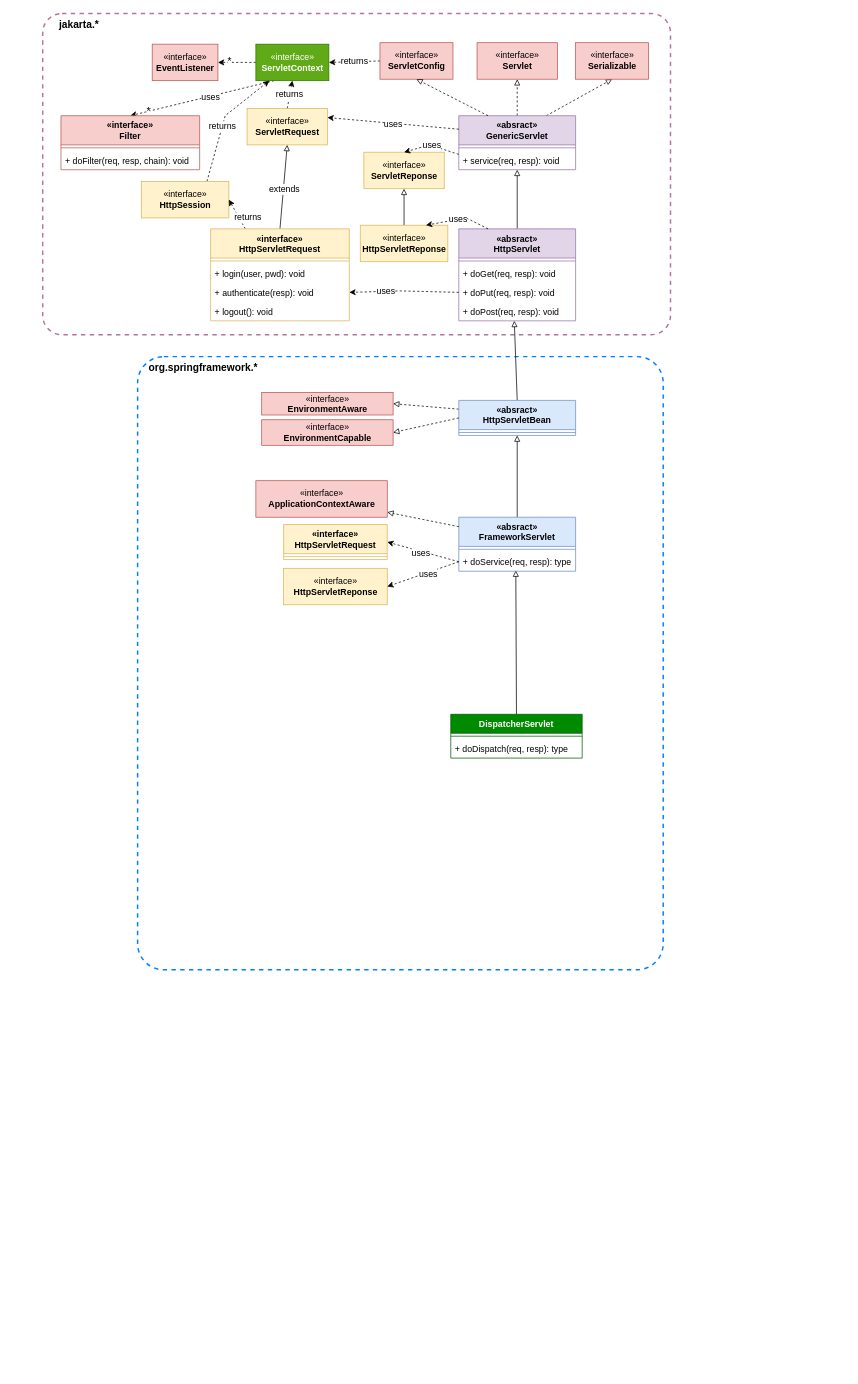
This is study-me/DispatcherServlet.drawio from enimiste/spring-framework, a draw.io file, before an edit. Source tidied: cells renumbered, new cells numbered last; positions are measured from the earlier drawing's top-left corner, leaving out a move shared by most shapes. Both pictures are drawn from the tidied source at 73%, with x=0, y=0 at pixel (42, 13).
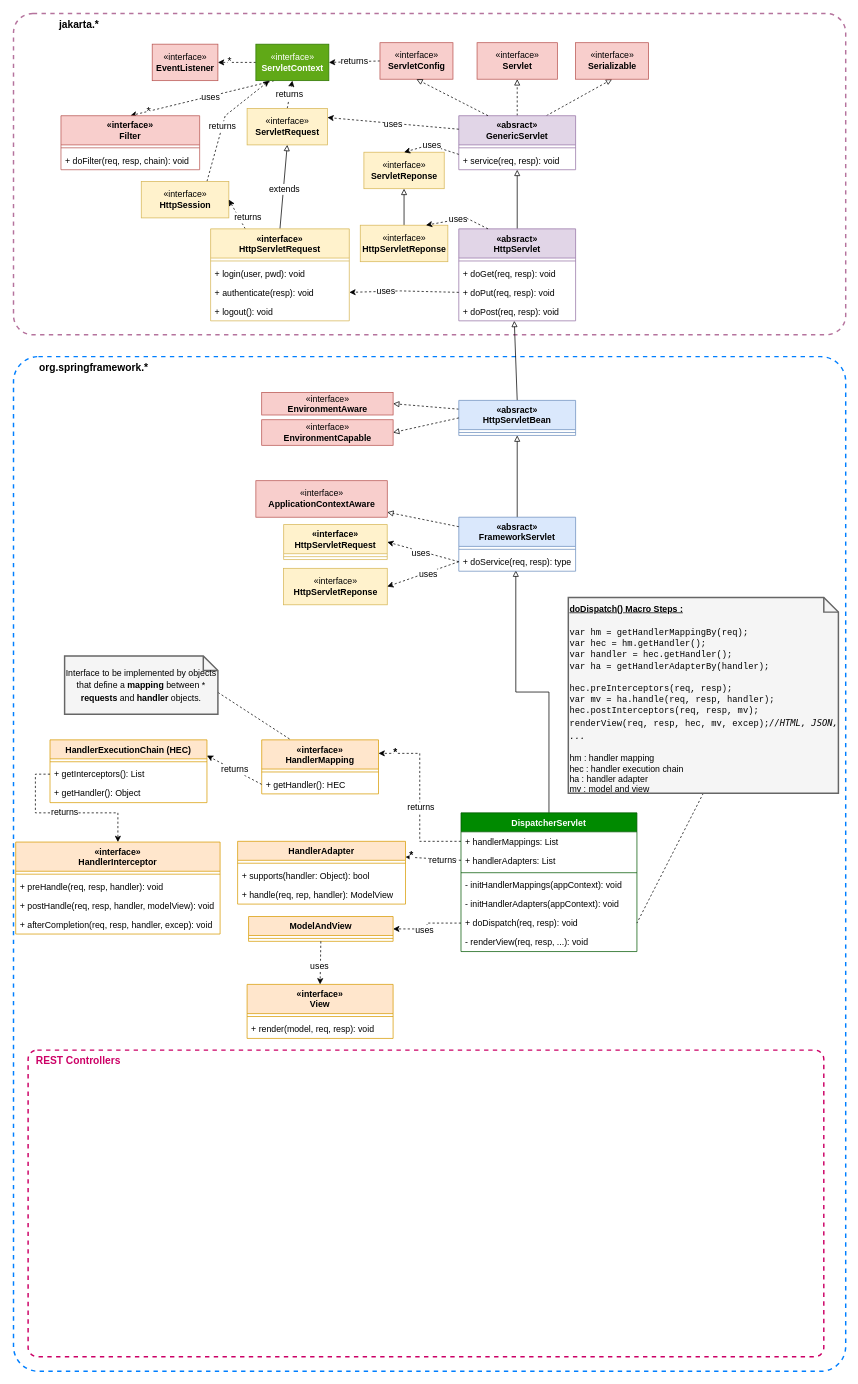
Above is the later version.

Commit message (it also covers changes not shown here):
complete DispatcherServlet internals

Unchanged cells that the change refers to:
```xml
<mxCell id="11" value="+ doService(req, resp): type" style="text;strokeColor=none;fillColor=none;align=left;verticalAlign=top;spacingLeft=4;spacingRight=4;overflow=hidden;points=[[0,0.5],[1,0.5]];portConstraint=eastwest;" parent="9" vertex="1">
  <mxGeometry y="48" width="160" height="26" as="geometry" />
</mxCell>
```

Change to the diagram source:
```diff
@@
+    <mxCell id="3" style="rounded=1;whiteSpace=wrap;html=1;fillColor=none;dashed=1;strokeWidth=2;strokeColor=#007FFF;arcSize=3;" parent="1" vertex="1">
+      <mxGeometry x="-40" y="470" width="1140" height="1390" as="geometry" />
+    </mxCell>
+    <mxCell id="78" style="rounded=1;whiteSpace=wrap;html=1;fillColor=none;dashed=1;strokeWidth=2;strokeColor=#CC0066;arcSize=3;" parent="1" vertex="1">
+      <mxGeometry x="-20" y="1420" width="1090" height="420" as="geometry" />
+    </mxCell>
     <mxCell id="2" style="rounded=1;whiteSpace=wrap;html=1;fillColor=none;dashed=1;strokeWidth=2;strokeColor=#B5739D;arcSize=6;" parent="1" vertex="1">
-      <mxGeometry width="860" height="440" as="geometry" />
+      <mxGeometry x="-40" width="1140" height="440" as="geometry" />
     </mxCell>
-    <mxCell id="3" style="rounded=1;whiteSpace=wrap;html=1;fillColor=none;dashed=1;strokeWidth=2;strokeColor=#007FFF;arcSize=5;" parent="1" vertex="1">
-      <mxGeometry x="130" y="470" width="720" height="840" as="geometry" />
-    </mxCell>
-    <mxCell id="4" style="rounded=0;jettySize=auto;html=1;exitX=0.5;exitY=0;exitDx=0;exitDy=0;entryX=0.488;entryY=0.962;entryDx=0;entryDy=0;entryPerimeter=0;endArrow=block;endFill=0;" parent="1" edge="1" source="5" target="11">
+    <mxCell id="4" style="rounded=0;jettySize=auto;html=1;exitX=0.5;exitY=0;exitDx=0;exitDy=0;entryX=0.488;entryY=0.962;entryDx=0;entryDy=0;entryPerimeter=0;endArrow=block;endFill=0;edgeStyle=orthogonalEdgeStyle;" parent="1" edge="1" source="5" target="11">
       <mxGeometry relative="1" as="geometry" />
     </mxCell>
+    <mxCell id="79" style="rounded=0;jettySize=auto;html=1;exitX=0;exitY=0.5;exitDx=0;exitDy=0;entryX=1;entryY=0.25;entryDx=0;entryDy=0;edgeStyle=orthogonalEdgeStyle;dashed=1;" parent="1" edge="1" source="82" target="103">
+      <mxGeometry relative="1" as="geometry" />
+    </mxCell>
+    <mxCell id="80" value="&lt;b&gt;&lt;font style=&quot;font-size: 14px;&quot;&gt;*&lt;/font&gt;&lt;/b&gt;" style="edgeLabel;html=1;align=center;verticalAlign=middle;" parent="79" vertex="1">
+      <mxGeometry x="0.81" y="-2" relative="1" as="geometry" />
+    </mxCell>
+    <mxCell id="81" value="&lt;font face=&quot;Helvetica&quot;&gt;returns&lt;/font&gt;" style="edgeLabel;html=1;align=center;verticalAlign=middle;fontSize=12;fontFamily=Courier New;fontColor=#000000;" parent="79" vertex="1">
+      <mxGeometry x="-0.11" relative="1" as="geometry">
+        <mxPoint x="1" y="1" as="offset" />
+      </mxGeometry>
+    </mxCell>
     <mxCell id="5" value="DispatcherServlet" style="swimlane;fontStyle=1;align=center;verticalAlign=top;horizontal=1;startSize=26;fillColor=#008a00;strokeColor=#005700;fontColor=#ffffff;" parent="1" vertex="1">
-      <mxGeometry x="559" y="960" width="180" height="60" as="geometry" />
+      <mxGeometry x="573" y="1095" width="241" height="190" as="geometry" />
     </mxCell>
+    <mxCell id="82" value="+ handlerMappings: List" style="text;strokeColor=none;fillColor=none;align=left;verticalAlign=top;spacingLeft=4;spacingRight=4;overflow=hidden;points=[[0,0.5],[1,0.5]];portConstraint=eastwest;fontFamily=Helvetica;fontSize=12;fontColor=#000000;" parent="5" vertex="1">
+      <mxGeometry y="26" width="241" height="26" as="geometry" />
+    </mxCell>
+    <mxCell id="83" value="+ handlerAdapters: List" style="text;strokeColor=none;fillColor=none;align=left;verticalAlign=top;spacingLeft=4;spacingRight=4;overflow=hidden;points=[[0,0.5],[1,0.5]];portConstraint=eastwest;fontFamily=Helvetica;fontSize=12;fontColor=#000000;" parent="5" vertex="1">
+      <mxGeometry y="52" width="241" height="26" as="geometry" />
+    </mxCell>
     <mxCell id="6" style="line;strokeWidth=1;fillColor=none;align=left;verticalAlign=middle;spacingTop=-1;spacingLeft=3;spacingRight=3;labelPosition=right;strokeColor=inherit;" parent="5" vertex="1">
-      <mxGeometry y="26" width="180" height="8" as="geometry" />
+      <mxGeometry y="78" width="241" height="8" as="geometry" />
     </mxCell>
+    <mxCell id="84" value="- initHandlerMappings(appContext): void" style="text;strokeColor=none;fillColor=none;align=left;verticalAlign=top;spacingLeft=4;spacingRight=4;overflow=hidden;" parent="5" vertex="1">
+      <mxGeometry y="86" width="241" height="26" as="geometry" />
+    </mxCell>
+    <mxCell id="85" value="- initHandlerAdapters(appContext): void" style="text;strokeColor=none;fillColor=none;align=left;verticalAlign=top;spacingLeft=4;spacingRight=4;overflow=hidden;" parent="5" vertex="1">
+      <mxGeometry y="112" width="241" height="26" as="geometry" />
+    </mxCell>
-    <mxCell id="7" value="+ doDispatch(req, resp): type" style="text;strokeColor=none;fillColor=none;align=left;verticalAlign=top;spacingLeft=4;spacingRight=4;overflow=hidden;points=[[0,0.5],[1,0.5]];portConstraint=eastwest;" parent="5" vertex="1">
-      <mxGeometry y="34" width="180" height="26" as="geometry" />
+    <mxCell id="7" value="+ doDispatch(req, resp): void" style="text;strokeColor=none;fillColor=none;align=left;verticalAlign=top;spacingLeft=4;spacingRight=4;overflow=hidden;points=[[0,0.5],[1,0.5]];portConstraint=eastwest;" parent="5" vertex="1">
+      <mxGeometry y="138" width="241" height="26" as="geometry" />
     </mxCell>
+    <mxCell id="86" value="- renderView(req, resp, ...): void" style="text;strokeColor=none;fillColor=none;align=left;verticalAlign=top;spacingLeft=4;spacingRight=4;overflow=hidden;" parent="5" vertex="1">
+      <mxGeometry y="164" width="241" height="26" as="geometry" />
+    </mxCell>
@@
     <mxCell id="38" value="org.springframework.*" style="text;html=1;strokeColor=none;fillColor=none;align=center;verticalAlign=middle;whiteSpace=wrap;rounded=0;dashed=1;strokeWidth=2;fontStyle=1;fontSize=14;" parent="1" vertex="1">
-      <mxGeometry x="130" y="470" width="180" height="30" as="geometry" />
+      <mxGeometry x="-20" y="470" width="180" height="30" as="geometry" />
     </mxCell>
@@
+    <mxCell id="87" value="HandlerExecutionChain (HEC)" style="swimlane;fontStyle=1;align=center;verticalAlign=top;horizontal=1;startSize=26;fillColor=#ffe6cc;strokeColor=#d79b00;" parent="1" vertex="1">
+      <mxGeometry x="10" y="995" width="215" height="86" as="geometry" />
+    </mxCell>
+    <mxCell id="88" style="line;strokeWidth=1;fillColor=none;align=left;verticalAlign=middle;spacingTop=-1;spacingLeft=3;spacingRight=3;labelPosition=right;strokeColor=inherit;" parent="87" vertex="1">
+      <mxGeometry y="26" width="215" height="8" as="geometry" />
+    </mxCell>
+    <mxCell id="89" value="+ getInterceptors(): List" style="text;strokeColor=none;fillColor=none;align=left;verticalAlign=top;spacingLeft=4;spacingRight=4;overflow=hidden;points=[[0,0.5],[1,0.5]];portConstraint=eastwest;" parent="87" vertex="1">
+      <mxGeometry y="34" width="215" height="26" as="geometry" />
+    </mxCell>
+    <mxCell id="90" value="+ getHandler(): Object" style="text;strokeColor=none;fillColor=none;align=left;verticalAlign=top;spacingLeft=4;spacingRight=4;overflow=hidden;" parent="87" vertex="1">
+      <mxGeometry y="60" width="215" height="26" as="geometry" />
+    </mxCell>
+    <mxCell id="91" value="HandlerAdapter" style="swimlane;fontStyle=1;align=center;verticalAlign=top;horizontal=1;startSize=26;fillColor=#ffe6cc;strokeColor=#d79b00;" parent="1" vertex="1">
+      <mxGeometry x="267" y="1134" width="230" height="86" as="geometry" />
+    </mxCell>
+    <mxCell id="92" style="line;strokeWidth=1;fillColor=none;align=left;verticalAlign=middle;spacingTop=-1;spacingLeft=3;spacingRight=3;labelPosition=right;strokeColor=inherit;" parent="91" vertex="1">
+      <mxGeometry y="26" width="230" height="8" as="geometry" />
+    </mxCell>
+    <mxCell id="93" value="+ supports(handler: Object): bool" style="text;strokeColor=none;fillColor=none;align=left;verticalAlign=top;spacingLeft=4;spacingRight=4;overflow=hidden;" parent="91" vertex="1">
+      <mxGeometry y="34" width="230" height="26" as="geometry" />
+    </mxCell>
+    <mxCell id="94" value="+ handle(req, rep, handler): ModelView" style="text;strokeColor=none;fillColor=none;align=left;verticalAlign=top;spacingLeft=4;spacingRight=4;overflow=hidden;" parent="91" vertex="1">
+      <mxGeometry y="60" width="230" height="26" as="geometry" />
+    </mxCell>
+    <mxCell id="95" style="rounded=0;jettySize=auto;html=1;exitX=0;exitY=0.5;exitDx=0;exitDy=0;entryX=1;entryY=0.25;entryDx=0;entryDy=0;dashed=1;" parent="1" edge="1" source="83" target="91">
+      <mxGeometry relative="1" as="geometry" />
+    </mxCell>
+    <mxCell id="96" value="&lt;b&gt;&lt;font style=&quot;font-size: 14px;&quot;&gt;*&lt;/font&gt;&lt;/b&gt;" style="edgeLabel;html=1;align=center;verticalAlign=middle;" parent="95" vertex="1">
+      <mxGeometry x="0.81" y="-2" relative="1" as="geometry" />
+    </mxCell>
+    <mxCell id="97" value="returns" style="edgeLabel;html=1;align=center;verticalAlign=middle;fontSize=12;fontColor=#000000;" parent="95" vertex="1">
+      <mxGeometry x="-0.34" y="1" relative="1" as="geometry" />
+    </mxCell>
+    <mxCell id="98" value="«interface»&#10;HandlerInterceptor" style="swimlane;fontStyle=1;align=center;verticalAlign=top;horizontal=1;startSize=40;fillColor=#ffe6cc;strokeColor=#d79b00;" parent="1" vertex="1">
+      <mxGeometry x="-37" y="1135" width="280" height="126" as="geometry" />
+    </mxCell>
+    <mxCell id="99" style="line;strokeWidth=1;fillColor=none;align=left;verticalAlign=middle;spacingTop=-1;spacingLeft=3;spacingRight=3;labelPosition=right;strokeColor=inherit;" parent="98" vertex="1">
+      <mxGeometry y="40" width="280" height="8" as="geometry" />
+    </mxCell>
+    <mxCell id="100" value="+ preHandle(req, resp, handler): void" style="text;strokeColor=none;fillColor=none;align=left;verticalAlign=top;spacingLeft=4;spacingRight=4;overflow=hidden;" parent="98" vertex="1">
+      <mxGeometry y="48" width="280" height="26" as="geometry" />
+    </mxCell>
+    <mxCell id="101" value="+ postHandle(req, resp, handler, modelView): void" style="text;strokeColor=none;fillColor=none;align=left;verticalAlign=top;spacingLeft=4;spacingRight=4;overflow=hidden;" parent="98" vertex="1">
+      <mxGeometry y="74" width="280" height="26" as="geometry" />
+    </mxCell>
+    <mxCell id="102" value="+ afterCompletion(req, resp, handler, excep): void" style="text;strokeColor=none;fillColor=none;align=left;verticalAlign=top;spacingLeft=4;spacingRight=4;overflow=hidden;" parent="98" vertex="1">
+      <mxGeometry y="100" width="280" height="26" as="geometry" />
+    </mxCell>
+    <mxCell id="103" value="«interface»&#10;HandlerMapping" style="swimlane;fontStyle=1;align=center;verticalAlign=top;horizontal=1;startSize=40;fillColor=#ffe6cc;strokeColor=#d79b00;" parent="1" vertex="1">
+      <mxGeometry x="300" y="995" width="160" height="74" as="geometry" />
+    </mxCell>
+    <mxCell id="104" style="line;strokeWidth=1;fillColor=none;align=left;verticalAlign=middle;spacingTop=-1;spacingLeft=3;spacingRight=3;labelPosition=right;strokeColor=inherit;" parent="103" vertex="1">
+      <mxGeometry y="40" width="160" height="8" as="geometry" />
+    </mxCell>
+    <mxCell id="105" value="+ getHandler(): HEC" style="text;strokeColor=none;fillColor=none;align=left;verticalAlign=top;spacingLeft=4;spacingRight=4;overflow=hidden;points=[[0,0.5],[1,0.5]];portConstraint=eastwest;" parent="103" vertex="1">
+      <mxGeometry y="48" width="160" height="26" as="geometry" />
+    </mxCell>
+    <mxCell id="106" value="returns" style="edgeStyle=none;rounded=0;jettySize=auto;html=1;exitX=0;exitY=0.5;exitDx=0;exitDy=0;entryX=1;entryY=0.25;entryDx=0;entryDy=0;fontSize=12;dashed=1;" parent="1" edge="1" source="105" target="87">
+      <mxGeometry relative="1" as="geometry" />
+    </mxCell>
+    <mxCell id="107" style="edgeStyle=none;rounded=0;jettySize=auto;html=1;exitX=0;exitY=0;exitDx=210;exitDy=50;exitPerimeter=0;entryX=0.25;entryY=0;entryDx=0;entryDy=0;dashed=1;fontSize=12;fontColor=#000000;endArrow=none;endFill=0;" parent="1" edge="1" source="108" target="103">
+      <mxGeometry relative="1" as="geometry" />
+    </mxCell>
+    <mxCell id="108" value="&lt;font color=&quot;#000000&quot; style=&quot;font-size: 12px;&quot;&gt;Interface to be implemented by objects that define a &lt;b&gt;mapping&lt;/b&gt; between * &lt;b&gt;requests&lt;/b&gt; and &lt;b&gt;handler&lt;/b&gt; objects.&lt;/font&gt;" style="shape=note;strokeWidth=2;fontSize=14;size=20;whiteSpace=wrap;html=1;fillColor=#f5f5f5;strokeColor=#666666;fontColor=#333333;" parent="1" vertex="1">
+      <mxGeometry x="30" y="880" width="210" height="80" as="geometry" />
+    </mxCell>
+    <mxCell id="109" value="returns" style="edgeStyle=orthogonalEdgeStyle;rounded=0;jettySize=auto;html=1;exitX=0;exitY=0.5;exitDx=0;exitDy=0;entryX=0.5;entryY=0;entryDx=0;entryDy=0;fontSize=12;dashed=1;" parent="1" edge="1" source="89" target="98">
+      <mxGeometry relative="1" as="geometry" />
+    </mxCell>
+    <mxCell id="110" style="rounded=0;jettySize=auto;html=1;exitX=0.5;exitY=1;exitDx=0;exitDy=0;exitPerimeter=0;entryX=1;entryY=0.5;entryDx=0;entryDy=0;dashed=1;fontSize=12;fontColor=#000000;endArrow=none;endFill=0;" parent="1" edge="1" source="111" target="7">
+      <mxGeometry relative="1" as="geometry" />
+    </mxCell>
+    <mxCell id="111" value="&lt;div style=&quot;&quot;&gt;&lt;span style=&quot;font-size: 12px; color: rgb(0, 0, 0); background-color: initial;&quot;&gt;&lt;b&gt;&lt;u&gt;doDispatch() Macro Steps :&lt;/u&gt;&lt;/b&gt;&lt;/span&gt;&lt;/div&gt;&lt;div style=&quot;&quot;&gt;&lt;span style=&quot;font-size: 12px; color: rgb(0, 0, 0); background-color: initial;&quot;&gt;&lt;b&gt;&lt;u&gt;&lt;br&gt;&lt;/u&gt;&lt;/b&gt;&lt;/span&gt;&lt;/div&gt;&lt;div style=&quot;font-size: 12px;&quot;&gt;&lt;span style=&quot;background-color: initial; color: rgb(0, 0, 0); font-family: &amp;quot;Courier New&amp;quot;;&quot;&gt;var hm = getHandlerMappingBy(req);&lt;/span&gt;&lt;br&gt;&lt;/div&gt;&lt;div style=&quot;font-size: 12px;&quot;&gt;&lt;font style=&quot;font-size: 12px;&quot; face=&quot;Courier New&quot;&gt;&lt;font color=&quot;#000000&quot;&gt;var hec = hm.getHandler();&lt;/font&gt;&lt;/font&gt;&lt;/div&gt;&lt;div style=&quot;font-size: 12px;&quot;&gt;&lt;font style=&quot;font-size: 12px;&quot; face=&quot;Courier New&quot;&gt;&lt;font color=&quot;#000000&quot;&gt;var handler =&amp;nbsp;&lt;/font&gt;&lt;/font&gt;&lt;span style=&quot;color: rgb(0, 0, 0); font-family: &amp;quot;Courier New&amp;quot;;&quot;&gt;hec.getHandler();&lt;/span&gt;&lt;font style=&quot;font-size: 12px;&quot; face=&quot;Courier New&quot;&gt;&lt;font color=&quot;#000000&quot;&gt;&lt;br&gt;&lt;/font&gt;&lt;span style=&quot;color: rgb(0, 0, 0); background-color: initial;&quot;&gt;var ha = getHandlerAdapterBy(handler);&lt;/span&gt;&lt;/font&gt;&lt;br&gt;&lt;/div&gt;&lt;div style=&quot;font-size: 12px;&quot;&gt;&lt;font style=&quot;font-size: 12px;&quot; face=&quot;Courier New&quot;&gt;&lt;span style=&quot;color: rgb(0, 0, 0); background-color: initial;&quot;&gt;&lt;br&gt;&lt;/span&gt;&lt;/font&gt;&lt;/div&gt;&lt;div style=&quot;font-size: 12px;&quot;&gt;&lt;font style=&quot;font-size: 12px;&quot; face=&quot;Courier New&quot;&gt;&lt;span style=&quot;color: rgb(0, 0, 0); background-color: initial;&quot;&gt;hec.preInterceptors(req, resp);&lt;/span&gt;&lt;/font&gt;&lt;/div&gt;&lt;div style=&quot;font-size: 12px;&quot;&gt;&lt;font style=&quot;font-size: 12px;&quot; face=&quot;Courier New&quot;&gt;&lt;span style=&quot;color: rgb(0, 0, 0); background-color: initial;&quot;&gt;var mv = ha.handle(req, resp, handler);&amp;nbsp;&lt;/span&gt;&lt;/font&gt;&lt;/div&gt;&lt;div style=&quot;font-size: 12px;&quot;&gt;&lt;span style=&quot;color: rgb(0, 0, 0); font-family: &amp;quot;Courier New&amp;quot;;&quot;&gt;hec.postInterceptors(req, resp, mv);&lt;/span&gt;&lt;font style=&quot;font-size: 12px;&quot; face=&quot;Courier New&quot;&gt;&lt;span style=&quot;color: rgb(0, 0, 0); background-color: initial;&quot;&gt;&lt;br&gt;&lt;/span&gt;&lt;/font&gt;&lt;/div&gt;&lt;div style=&quot;&quot;&gt;&lt;font color=&quot;#000000&quot;&gt;&lt;span style=&quot;font-size: 12px;&quot;&gt;&lt;font face=&quot;Courier New&quot;&gt;renderView(req, resp, hec, mv, excep);&lt;/font&gt;&lt;i style=&quot;&quot;&gt;&lt;font face=&quot;Lucida Console&quot;&gt;//HTML, JSON, ...&lt;/font&gt;&lt;/i&gt;&lt;/span&gt;&lt;/font&gt;&lt;br&gt;&lt;/div&gt;&lt;div style=&quot;font-size: 12px;&quot;&gt;&lt;span style=&quot;color: rgb(0, 0, 0); font-family: &amp;quot;Courier New&amp;quot;;&quot;&gt;&lt;br&gt;&lt;/span&gt;&lt;/div&gt;&lt;div style=&quot;font-size: 12px;&quot;&gt;&lt;span style=&quot;color: rgb(0, 0, 0);&quot;&gt;hm : handler mapping&lt;/span&gt;&lt;/div&gt;&lt;div style=&quot;font-size: 12px;&quot;&gt;&lt;span style=&quot;color: rgb(0, 0, 0);&quot;&gt;hec : handler execution chain&lt;/span&gt;&lt;/div&gt;&lt;div style=&quot;font-size: 12px;&quot;&gt;&lt;span style=&quot;color: rgb(0, 0, 0);&quot;&gt;ha : handler adapter&lt;/span&gt;&lt;/div&gt;&lt;div style=&quot;font-size: 12px;&quot;&gt;&lt;span style=&quot;color: rgb(0, 0, 0);&quot;&gt;mv : model and view&lt;/span&gt;&lt;/div&gt;" style="shape=note;strokeWidth=2;fontSize=14;size=20;whiteSpace=wrap;html=1;fillColor=#f5f5f5;strokeColor=#666666;fontColor=#333333;align=left;verticalAlign=top;" parent="1" vertex="1">
+      <mxGeometry x="720" y="800" width="370" height="268" as="geometry" />
+    </mxCell>
+    <mxCell id="112" value="ModelAndView" style="swimlane;fontStyle=1;align=center;verticalAlign=top;horizontal=1;startSize=26;fillColor=#ffe6cc;strokeColor=#d79b00;" parent="1" vertex="1">
+      <mxGeometry x="282" y="1237" width="198" height="34" as="geometry" />
+    </mxCell>
+    <mxCell id="113" style="line;strokeWidth=1;fillColor=none;align=left;verticalAlign=middle;spacingTop=-1;spacingLeft=3;spacingRight=3;labelPosition=right;strokeColor=inherit;" parent="112" vertex="1">
+      <mxGeometry y="26" width="198" height="8" as="geometry" />
+    </mxCell>
+    <mxCell id="114" style="edgeStyle=orthogonalEdgeStyle;rounded=0;jettySize=auto;html=1;exitX=0;exitY=0.5;exitDx=0;exitDy=0;entryX=1;entryY=0.5;entryDx=0;entryDy=0;dashed=1;fontFamily=Helvetica;fontSize=12;fontColor=#000000;endArrow=classic;endFill=1;" parent="1" edge="1" source="7" target="112">
+      <mxGeometry relative="1" as="geometry" />
+    </mxCell>
+    <mxCell id="115" value="uses" style="edgeLabel;html=1;align=center;verticalAlign=middle;fontSize=12;fontFamily=Helvetica;fontColor=#000000;" parent="114" vertex="1">
+      <mxGeometry x="0.16" y="1" relative="1" as="geometry" />
+    </mxCell>
+    <mxCell id="116" value="«interface»&#10;View" style="swimlane;fontStyle=1;align=center;verticalAlign=top;horizontal=1;startSize=40;fillColor=#ffe6cc;strokeColor=#d79b00;" parent="1" vertex="1">
+      <mxGeometry x="280" y="1330" width="200" height="74" as="geometry" />
+    </mxCell>
+    <mxCell id="117" style="line;strokeWidth=1;fillColor=none;align=left;verticalAlign=middle;spacingTop=-1;spacingLeft=3;spacingRight=3;labelPosition=right;strokeColor=inherit;" parent="116" vertex="1">
+      <mxGeometry y="40" width="200" height="8" as="geometry" />
+    </mxCell>
+    <mxCell id="118" value="+ render(model, req, resp): void" style="text;strokeColor=none;fillColor=none;align=left;verticalAlign=top;spacingLeft=4;spacingRight=4;overflow=hidden;" parent="116" vertex="1">
+      <mxGeometry y="48" width="200" height="26" as="geometry" />
+    </mxCell>
+    <mxCell id="119" style="rounded=0;jettySize=auto;html=1;exitX=0.5;exitY=1;exitDx=0;exitDy=0;entryX=0.5;entryY=0;entryDx=0;entryDy=0;dashed=1;fontFamily=Helvetica;fontSize=12;fontColor=#000000;endArrow=classic;endFill=1;" parent="1" edge="1" source="112" target="116">
+      <mxGeometry relative="1" as="geometry" />
+    </mxCell>
+    <mxCell id="120" value="uses" style="edgeLabel;html=1;align=center;verticalAlign=middle;fontSize=12;fontFamily=Helvetica;fontColor=#000000;" parent="119" vertex="1">
+      <mxGeometry x="0.16" y="-2" relative="1" as="geometry" />
+    </mxCell>
+    <mxCell id="121" value="REST Controllers" style="text;html=1;strokeColor=none;fillColor=none;align=left;verticalAlign=middle;whiteSpace=wrap;rounded=0;dashed=1;strokeWidth=2;fontStyle=1;fontSize=14;fontColor=#CC0066;" parent="1" vertex="1">
+      <mxGeometry x="-11" y="1420" width="180" height="30" as="geometry" />
+    </mxCell>
```
